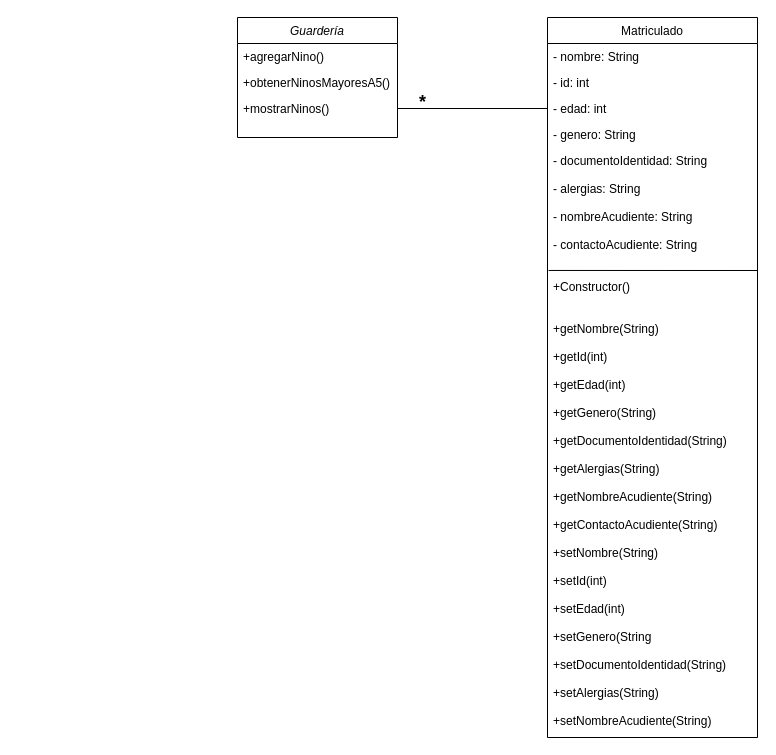
AF2900/Repositorio-Programacion1 keeps this draw.io diagram as page "Page-1" (1 of 2) of Clase requerimiento 2/Diagrama de clases y pensamiento computacional/Diagrama de clases - Guardería.drawio. Above is the earlier version. Source tidied: cells renumbered, new cells numbered last; positions are measured from the earlier drawing's top-left corner, leaving out a move shared by most shapes. Both pictures are drawn from the tidied source at 100%, with x=0, y=0 at pixel (237, 17).
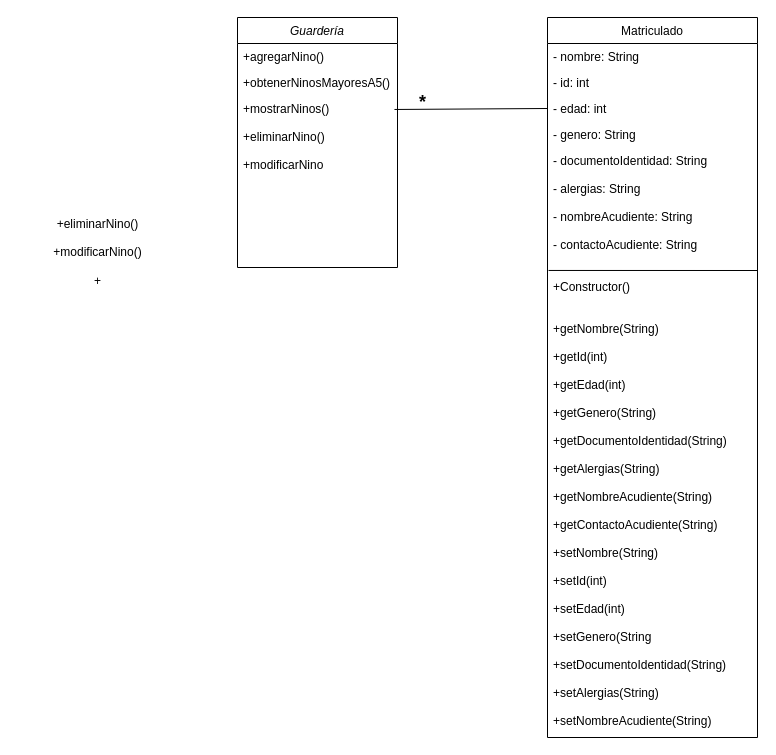
The same diagram, later.

Change to the diagram source:
```diff
@@
 <mxGraphModel>
   <root>
     <mxCell id="0" />
     <mxCell id="1" parent="0" />
     <mxCell id="2" value="Guardería" style="swimlane;fontStyle=2;align=center;verticalAlign=top;horizontal=1;startSize=26;rounded=0;shadow=0;strokeWidth=1;" parent="1" vertex="1">
-      <mxGeometry width="160" height="120" as="geometry" />
+      <mxGeometry width="160" height="250" as="geometry" />
     </mxCell>
     <mxCell id="3" value="+agregarNino()" style="text;align=left;verticalAlign=top;spacingLeft=4;spacingRight=4;overflow=hidden;" parent="2" vertex="1">
       <mxGeometry y="26" width="160" height="26" as="geometry" />
     </mxCell>
     <mxCell id="4" value="+obtenerNinosMayoresA5()" style="text;align=left;verticalAlign=top;spacingLeft=4;spacingRight=4;overflow=hidden;rounded=0;shadow=0;html=0;" parent="2" vertex="1">
       <mxGeometry y="52" width="160" height="26" as="geometry" />
     </mxCell>
-    <mxCell id="5" value="+mostrarNinos()" style="text;align=left;verticalAlign=top;spacingLeft=4;spacingRight=4;overflow=hidden;points=[[0,0.5],[1,0.5]];portConstraint=eastwest;rounded=0;shadow=0;html=0;" parent="2" vertex="1">
-      <mxGeometry y="78" width="160" height="26" as="geometry" />
-    </mxCell>
     <mxCell id="6" value="Matriculado" style="swimlane;fontStyle=0;align=center;verticalAlign=top;horizontal=1;startSize=26;rounded=0;shadow=0;strokeWidth=1;" parent="1" vertex="1">
       <mxGeometry x="310" width="210" height="720" as="geometry" />
     </mxCell>
     <mxCell id="7" value="- nombre: String" style="text;align=left;verticalAlign=top;spacingLeft=4;spacingRight=4;overflow=hidden;" parent="6" vertex="1">
       <mxGeometry y="26" width="210" height="26" as="geometry" />
     </mxCell>
     <mxCell id="8" value="- id: int" style="text;align=left;verticalAlign=top;spacingLeft=4;spacingRight=4;overflow=hidden;rounded=0;shadow=0;html=0;" parent="6" vertex="1">
       <mxGeometry y="52" width="210" height="26" as="geometry" />
     </mxCell>
     <mxCell id="9" value="- edad: int" style="text;align=left;verticalAlign=top;spacingLeft=4;spacingRight=4;overflow=hidden;points=[[0,0.5],[1,0.5]];portConstraint=eastwest;rounded=0;shadow=0;html=0;" parent="6" vertex="1">
       <mxGeometry y="78" width="210" height="26" as="geometry" />
     </mxCell>
     <mxCell id="10" value="- genero: String" style="text;align=left;verticalAlign=top;spacingLeft=4;spacingRight=4;overflow=hidden;rounded=0;shadow=0;html=0;" parent="6" vertex="1">
       <mxGeometry y="104" width="210" height="26" as="geometry" />
     </mxCell>
     <mxCell id="11" value="- documentoIdentidad: String&#10;&#10;- alergias: String&#10;&#10;- nombreAcudiente: String&#10;&#10;- contactoAcudiente: String&#10;&#10;&#10;+Constructor()&#10;&#10;&#10;+getNombre(String)&#10;&#10;+getId(int)&#10;&#10;+getEdad(int)&#10;&#10;+getGenero(String)&#10;&#10;+getDocumentoIdentidad(String)&#10;&#10;+getAlergias(String)&#10;&#10;+getNombreAcudiente(String)&#10;&#10;+getContactoAcudiente(String)&#10;&#10;+setNombre(String)&#10;&#10;+setId(int)&#10;&#10;+setEdad(int)&#10;&#10;+setGenero(String&#10;&#10;+setDocumentoIdentidad(String)&#10;&#10;+setAlergias(String)&#10;&#10;+setNombreAcudiente(String)&#10;&#10;+setContactoAcudiente(String)&#10;&#10;" style="text;align=left;verticalAlign=top;spacingLeft=4;spacingRight=4;overflow=hidden;points=[[0,0.5],[1,0.5]];portConstraint=eastwest;rounded=0;shadow=0;html=0;" parent="6" vertex="1">
       <mxGeometry y="130" width="210" height="580" as="geometry" />
     </mxCell>
     <mxCell id="12" style="endArrow=none;html=1;rounded=0;exitX=0.005;exitY=0.212;exitDx=0;exitDy=0;exitPerimeter=0;" parent="6" edge="1" source="11">
       <mxGeometry relative="1" as="geometry">
         <mxPoint x="210" y="253" as="targetPoint" />
       </mxGeometry>
     </mxCell>
-    <mxCell id="13" style="endArrow=none;html=1;rounded=0;entryX=0;entryY=0.5;entryDx=0;entryDy=0;exitX=1;exitY=0.5;exitDx=0;exitDy=0;" parent="1" edge="1" source="5" target="9">
+    <mxCell id="13" style="endArrow=none;html=1;rounded=0;entryX=0;entryY=0.5;entryDx=0;entryDy=0;exitX=0.981;exitY=0.137;exitDx=0;exitDy=0;exitPerimeter=0;" parent="1" edge="1" source="5" target="9">
       <mxGeometry relative="1" as="geometry" />
     </mxCell>
     <mxCell id="14" value="&lt;font style=&quot;font-size: 18px;&quot;&gt;&lt;b&gt;*&lt;/b&gt;&lt;/font&gt;" style="text;html=1;align=center;verticalAlign=middle;strokeColor=none;fillColor=none;" parent="1" vertex="1">
       <mxGeometry x="170" y="65" width="30" height="40" as="geometry" />
     </mxCell>
+    <mxCell id="15" value="+eliminarNino()&lt;div&gt;&lt;br&gt;&lt;/div&gt;&lt;div&gt;+modificarNino()&lt;/div&gt;&lt;div&gt;&lt;br&gt;&lt;/div&gt;&lt;div&gt;+&lt;/div&gt;" style="text;html=1;align=center;verticalAlign=middle;strokeColor=none;fillColor=none;" parent="1" vertex="1">
+      <mxGeometry x="-220" y="190" width="160" height="90" as="geometry" />
+    </mxCell>
+    <mxCell id="5" value="+mostrarNinos()&#10;&#10;+eliminarNino()&#10;&#10;+modificarNino" style="text;align=left;verticalAlign=top;spacingLeft=4;spacingRight=4;overflow=hidden;points=[[0,0.5],[1,0.5]];portConstraint=eastwest;rounded=0;shadow=0;html=0;" parent="1" vertex="1">
+      <mxGeometry y="78" width="160" height="102" as="geometry" />
+    </mxCell>
   </root>
 </mxGraphModel>
```
